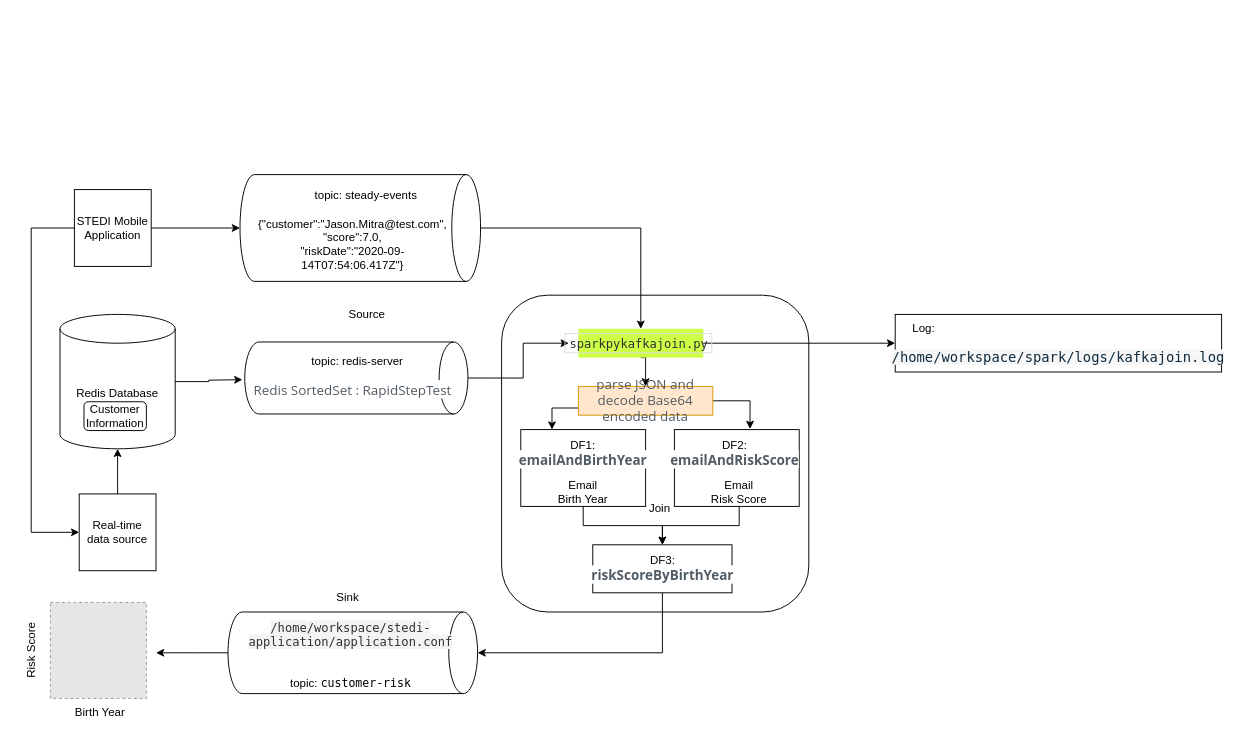
Before: project/starter/images/Untitled Diagram.drawio in poobhat/nd029-c2-apache-spark-and-spark-streaming-starter, a draw.io diagram. Source tidied: cells renumbered, new cells numbered last; positions are measured from the earlier drawing's top-left corner, leaving out a move shared by most shapes. Both pictures are drawn from the tidied source at 96%, with x=0, y=0 at pixel (-22, 108). Pictures stored in the file or linked from it are replaced by grey dashed boxes.
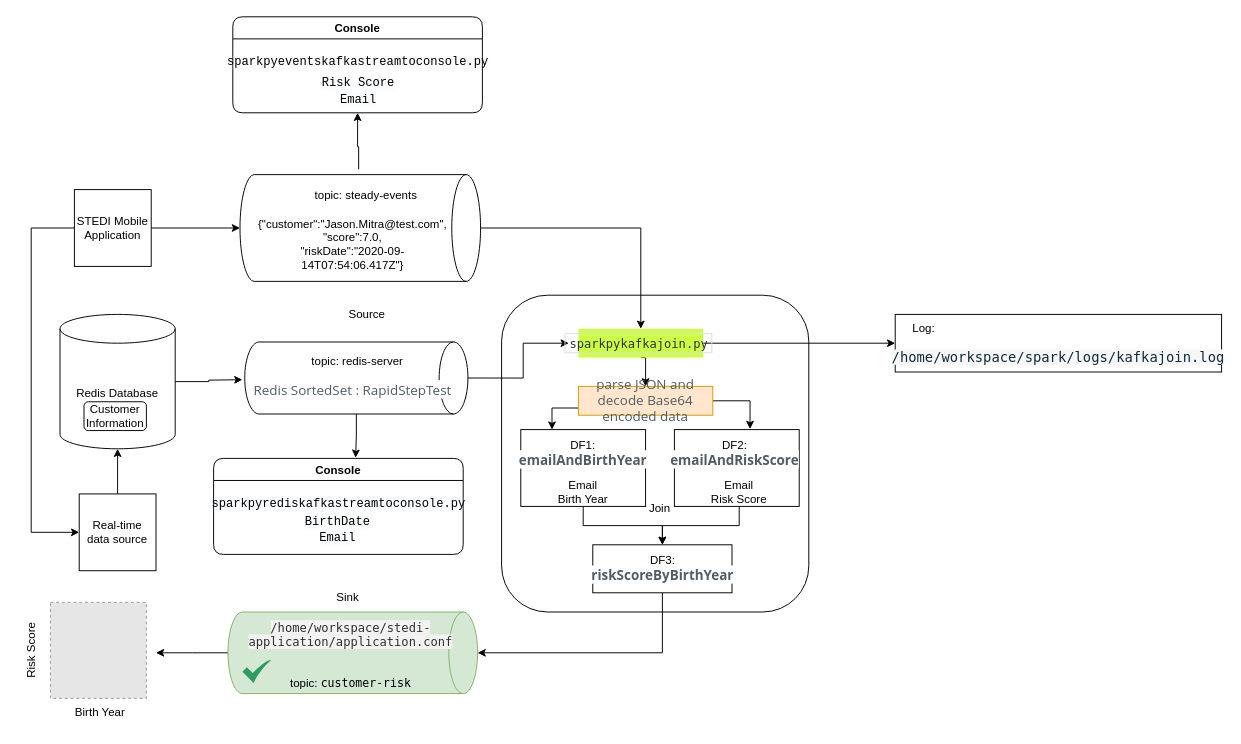
The same page after the edit.

Commit message:
Added console output info : Diagram.drawio

The change refers to these unchanged cells:
```xml
<mxCell id="4" style="shape=cylinder3;whiteSpace=wrap;html=1;boundedLbl=1;backgroundOutline=1;size=15;rotation=90;" parent="1" vertex="1">
  <mxGeometry x="356.2" y="165" width="75" height="232.5" as="geometry" />
</mxCell>
<mxCell id="8" value="topic: steady-events" style="text;html=1;strokeColor=none;fillColor=none;align=center;verticalAlign=middle;whiteSpace=wrap;rounded=0;" parent="1" vertex="1">
  <mxGeometry x="338.8" y="75.6" width="130" height="30" as="geometry" />
</mxCell>
```

The edit, as a diff of the source:
```diff
@@
+    <mxCell id="48" style="edgeStyle=orthogonalEdgeStyle;rounded=0;jettySize=auto;html=1;entryX=0.569;entryY=-0.007;entryDx=0;entryDy=0;entryPerimeter=0;fontColor=default;" parent="1" edge="1" source="4" target="51">
+      <mxGeometry relative="1" as="geometry" />
+    </mxCell>
@@
+    <mxCell id="49" style="edgeStyle=orthogonalEdgeStyle;rounded=0;jettySize=auto;html=1;entryX=0.5;entryY=1;entryDx=0;entryDy=0;fontColor=default;exitX=0.441;exitY=-0.391;exitDx=0;exitDy=0;exitPerimeter=0;" parent="1" edge="1" source="8" target="54">
+      <mxGeometry relative="1" as="geometry" />
+    </mxCell>
@@
-    <mxCell id="29" style="shape=cylinder3;whiteSpace=wrap;html=1;boundedLbl=1;backgroundOutline=1;size=15;rotation=90;" parent="1" vertex="1">
+    <mxCell id="29" style="shape=cylinder3;whiteSpace=wrap;html=1;boundedLbl=1;backgroundOutline=1;size=15;rotation=90;fillColor=#d5e8d4;strokeColor=#82b366;" parent="1" vertex="1">
       <mxGeometry x="347.5" y="437.5" width="85" height="260" as="geometry" />
     </mxCell>
@@
+    <mxCell id="50" style="sketch=0;html=1;strokeColor=none;shadow=0;align=center;verticalAlign=top;fillColor=#2D9C5E;shape=mxgraph.gcp2.check;rounded=1;labelBackgroundColor=none;" parent="1" vertex="1">
+      <mxGeometry x="275" y="575" width="30" height="24" as="geometry" />
+    </mxCell>
+    <mxCell id="51" value="Console" style="swimlane;rounded=1;labelBackgroundColor=none;strokeColor=default;fillColor=none;" parent="1" vertex="1">
+      <mxGeometry x="245" y="365" width="260" height="100" as="geometry" />
+    </mxCell>
+    <mxCell id="52" value="&lt;span style=&quot;font-family: &amp;#34;jetbrains mono&amp;#34; , &amp;#34;consolas&amp;#34; , &amp;#34;liberation mono&amp;#34; , &amp;#34;menlo&amp;#34; , &amp;#34;courier&amp;#34; , monospace ; font-size: 12.6px ; text-align: left ; background-color: rgba(212 , 222 , 231 , 0.098)&quot;&gt;sparkpyrediskafkastreamtoconsole.py&lt;br&gt;&lt;/span&gt;" style="text;html=1;strokeColor=none;fillColor=none;align=center;verticalAlign=middle;whiteSpace=wrap;rounded=0;labelBackgroundColor=none;fontColor=default;" parent="51" vertex="1">
+      <mxGeometry x="111.2" y="32.5" width="39.1" height="30" as="geometry" />
+    </mxCell>
+    <mxCell id="53" value="&lt;span style=&quot;font-family: &amp;#34;jetbrains mono&amp;#34; , &amp;#34;consolas&amp;#34; , &amp;#34;liberation mono&amp;#34; , &amp;#34;menlo&amp;#34; , &amp;#34;courier&amp;#34; , monospace ; font-size: 12.6px ; text-align: left ; background-color: rgba(212 , 222 , 231 , 0.098)&quot;&gt;BirthDate&lt;br&gt;Email&lt;br&gt;&lt;/span&gt;" style="text;html=1;strokeColor=none;fillColor=none;align=center;verticalAlign=middle;whiteSpace=wrap;rounded=0;labelBackgroundColor=none;fontColor=default;" parent="51" vertex="1">
+      <mxGeometry x="110" y="60" width="39.1" height="30" as="geometry" />
+    </mxCell>
+    <mxCell id="54" value="Console" style="swimlane;rounded=1;labelBackgroundColor=none;strokeColor=default;fillColor=none;" parent="1" vertex="1">
+      <mxGeometry x="265" y="-95" width="260" height="100" as="geometry" />
+    </mxCell>
+    <mxCell id="55" value="&lt;span style=&quot;font-family: &amp;quot;jetbrains mono&amp;quot;, consolas, &amp;quot;liberation mono&amp;quot;, menlo, courier, monospace; font-size: 12.6px; text-align: left; background-color: rgba(212, 222, 231, 0.098);&quot;&gt;sparkpyeventskafkastreamtoconsole.py&lt;/span&gt;&lt;span style=&quot;font-family: &amp;quot;jetbrains mono&amp;quot; , &amp;quot;consolas&amp;quot; , &amp;quot;liberation mono&amp;quot; , &amp;quot;menlo&amp;quot; , &amp;quot;courier&amp;quot; , monospace ; font-size: 12.6px ; text-align: left ; background-color: rgba(212 , 222 , 231 , 0.098)&quot;&gt;&lt;br&gt;&lt;/span&gt;" style="text;html=1;strokeColor=none;fillColor=none;align=center;verticalAlign=middle;whiteSpace=wrap;rounded=0;labelBackgroundColor=none;fontColor=default;" parent="54" vertex="1">
+      <mxGeometry x="111.2" y="32.5" width="39.1" height="30" as="geometry" />
+    </mxCell>
+    <mxCell id="56" value="&lt;span style=&quot;font-family: &amp;#34;jetbrains mono&amp;#34; , &amp;#34;consolas&amp;#34; , &amp;#34;liberation mono&amp;#34; , &amp;#34;menlo&amp;#34; , &amp;#34;courier&amp;#34; , monospace ; font-size: 12.6px ; text-align: left ; background-color: rgba(212 , 222 , 231 , 0.098)&quot;&gt;Risk Score&lt;br&gt;Email&lt;br&gt;&lt;/span&gt;" style="text;html=1;strokeColor=none;fillColor=none;align=center;verticalAlign=middle;whiteSpace=wrap;rounded=0;labelBackgroundColor=none;fontColor=default;" parent="54" vertex="1">
+      <mxGeometry x="80.8" y="62.5" width="100" height="30" as="geometry" />
+    </mxCell>
```
